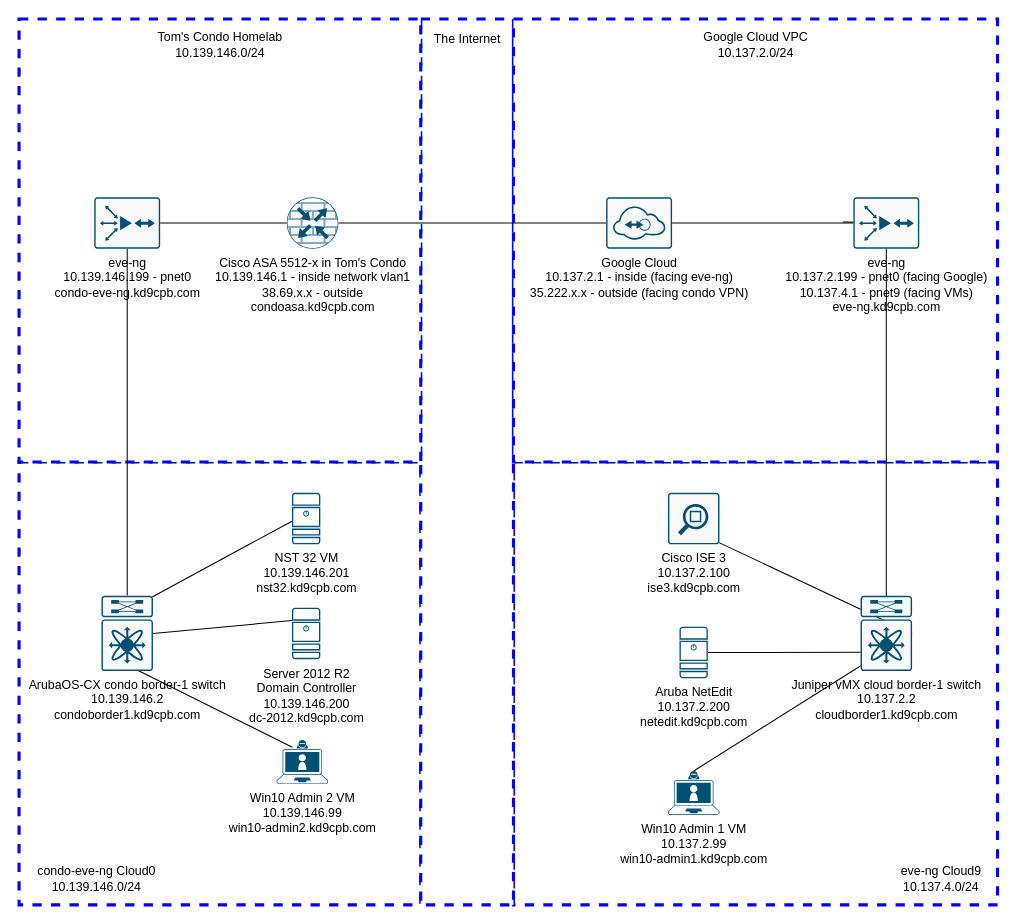
lboue/homelab keeps this draw.io diagram as lab1/initial_lab.drawio. Above is the earlier version. Source tidied: cells renumbered, new cells numbered last; positions are measured from the earlier drawing's top-left corner, leaving out a move shared by most shapes. Both pictures are drawn from the tidied source at 103%, with x=0, y=0 at pixel (19, 19).
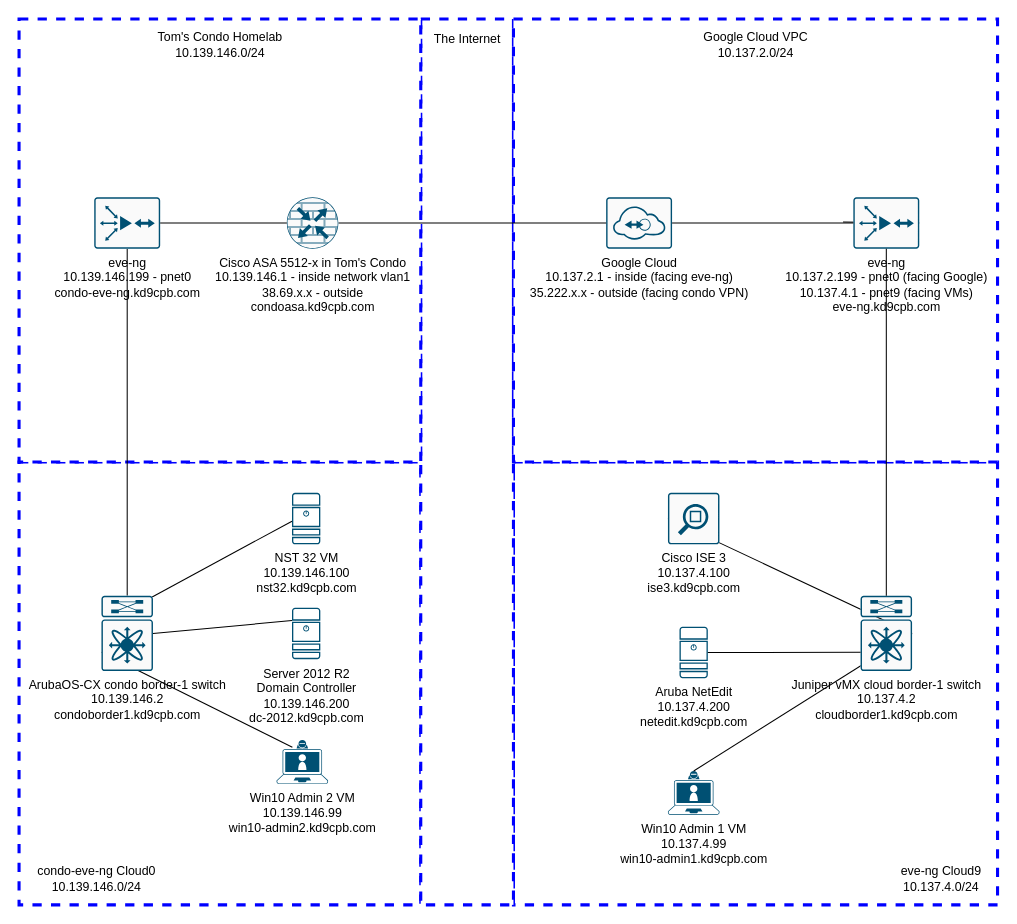
The same page after the edit.

The edit, as a diff of the source:
```diff
@@
-    <mxCell id="8" value="Cisco ISE 3&lt;br&gt;10.137.2.100&lt;br&gt;ise3.kd9cpb.com" style="points=[[0.015,0.015,0],[0.985,0.015,0],[0.985,0.985,0],[0.015,0.985,0],[0.25,0,0],[0.5,0,0],[0.75,0,0],[1,0.25,0],[1,0.5,0],[1,0.75,0],[0.75,1,0],[0.5,1,0],[0.25,1,0],[0,0.75,0],[0,0.5,0],[0,0.25,0]];verticalLabelPosition=bottom;html=1;verticalAlign=top;align=center;shape=mxgraph.cisco19.rect;prIcon=net_mgmt_appliance;fillColor=#FAFAFA;strokeColor=#005073;" parent="1" vertex="1">
+    <mxCell id="8" value="Cisco ISE 3&lt;br&gt;10.137.4.100&lt;br&gt;ise3.kd9cpb.com" style="points=[[0.015,0.015,0],[0.985,0.015,0],[0.985,0.985,0],[0.015,0.985,0],[0.25,0,0],[0.5,0,0],[0.75,0,0],[1,0.25,0],[1,0.5,0],[1,0.75,0],[0.75,1,0],[0.5,1,0],[0.25,1,0],[0,0.75,0],[0,0.5,0],[0,0.25,0]];verticalLabelPosition=bottom;html=1;verticalAlign=top;align=center;shape=mxgraph.cisco19.rect;prIcon=net_mgmt_appliance;fillColor=#FAFAFA;strokeColor=#005073;" parent="1" vertex="1">
       <mxGeometry x="630" y="460" width="50" height="50" as="geometry" />
     </mxCell>
-    <mxCell id="9" value="Win10 Admin 1 VM&lt;br&gt;10.137.2.99&lt;br&gt;win10-admin1.kd9cpb.com" style="points=[[0.13,0.225,0],[0.5,0,0],[0.87,0.225,0],[0.885,0.5,0],[0.985,0.99,0],[0.5,1,0],[0.015,0.99,0],[0.115,0.5,0]];verticalLabelPosition=bottom;html=1;verticalAlign=top;align=center;shape=mxgraph.cisco19.laptop_video_client;fillColor=#005073;strokeColor=none;" parent="1" vertex="1">
+    <mxCell id="9" value="Win10 Admin 1 VM&lt;br&gt;10.137.4.99&lt;br&gt;win10-admin1.kd9cpb.com" style="points=[[0.13,0.225,0],[0.5,0,0],[0.87,0.225,0],[0.885,0.5,0],[0.985,0.99,0],[0.5,1,0],[0.015,0.99,0],[0.115,0.5,0]];verticalLabelPosition=bottom;html=1;verticalAlign=top;align=center;shape=mxgraph.cisco19.laptop_video_client;fillColor=#005073;strokeColor=none;" parent="1" vertex="1">
       <mxGeometry x="630" y="730" width="50" height="42.5" as="geometry" />
     </mxCell>
@@
-    <mxCell id="11" value="Juniper vMX cloud border-1 switch&lt;br&gt;10.137.2.2&lt;br&gt;cloudborder1.kd9cpb.com" style="points=[[0.015,0.015,0],[0.985,0.015,0],[0.985,0.985,0],[0.015,0.985,0],[0.25,0,0],[0.5,0,0],[0.75,0,0],[1,0.25,0],[1,0.5,0],[1,0.75,0],[0.75,1,0],[0.5,1,0],[0.25,1,0],[0,0.75,0],[0,0.5,0],[0,0.25,0]];verticalLabelPosition=bottom;html=1;verticalAlign=top;align=center;shape=mxgraph.cisco19.rect;prIcon=nexus_7k;fillColor=#FAFAFA;strokeColor=#005073;" parent="1" vertex="1">
+    <mxCell id="11" value="Juniper vMX cloud border-1 switch&lt;br&gt;10.137.4.2&lt;br&gt;cloudborder1.kd9cpb.com" style="points=[[0.015,0.015,0],[0.985,0.015,0],[0.985,0.985,0],[0.015,0.985,0],[0.25,0,0],[0.5,0,0],[0.75,0,0],[1,0.25,0],[1,0.5,0],[1,0.75,0],[0.75,1,0],[0.5,1,0],[0.25,1,0],[0,0.75,0],[0,0.5,0],[0,0.25,0]];verticalLabelPosition=bottom;html=1;verticalAlign=top;align=center;shape=mxgraph.cisco19.rect;prIcon=nexus_7k;fillColor=#FAFAFA;strokeColor=#005073;" parent="1" vertex="1">
       <mxGeometry x="817" y="560" width="50" height="73" as="geometry" />
     </mxCell>
@@
-    <mxCell id="34" value="Aruba NetEdit&lt;br&gt;10.137.2.200&lt;br&gt;netedit.kd9cpb.com" style="points=[[0.015,0.015,0],[0.985,0.015,0],[0.985,0.985,0],[0.015,0.985,0],[0.25,0,0],[0.5,0,0],[0.75,0,0],[1,0.25,0],[1,0.5,0],[1,0.75,0],[0.75,1,0],[0.5,1,0],[0.25,1,0],[0,0.75,0],[0,0.5,0],[0,0.25,0]];verticalLabelPosition=bottom;html=1;verticalAlign=top;align=center;shape=mxgraph.cisco19.server;fillColor=#005073;strokeColor=none;" parent="1" vertex="1">
+    <mxCell id="34" value="Aruba NetEdit&lt;br&gt;10.137.4.200&lt;br&gt;netedit.kd9cpb.com" style="points=[[0.015,0.015,0],[0.985,0.015,0],[0.985,0.985,0],[0.015,0.985,0],[0.25,0,0],[0.5,0,0],[0.75,0,0],[1,0.25,0],[1,0.5,0],[1,0.75,0],[0.75,1,0],[0.5,1,0],[0.25,1,0],[0,0.75,0],[0,0.5,0],[0,0.25,0]];verticalLabelPosition=bottom;html=1;verticalAlign=top;align=center;shape=mxgraph.cisco19.server;fillColor=#005073;strokeColor=none;" parent="1" vertex="1">
       <mxGeometry x="641.2" y="590" width="27.5" height="50" as="geometry" />
     </mxCell>
-    <mxCell id="35" value="NST 32 VM&lt;br&gt;10.139.146.201&lt;br&gt;nst32.kd9cpb.com" style="verticalLabelPosition=bottom;html=1;verticalAlign=top;align=center;shape=mxgraph.cisco19.server;fillColor=#005073;strokeColor=none;" parent="1" vertex="1">
+    <mxCell id="35" value="NST 32 VM&lt;br&gt;10.139.146.100&lt;br&gt;nst32.kd9cpb.com" style="verticalLabelPosition=bottom;html=1;verticalAlign=top;align=center;shape=mxgraph.cisco19.server;fillColor=#005073;strokeColor=none;" parent="1" vertex="1">
       <mxGeometry x="265" y="460" width="27.5" height="50" as="geometry" />
     </mxCell>
```
